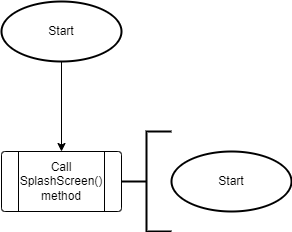
This is Final submission/ControlFlow.png from XLmT09/Bunny-Robot, a draw.io export, as it was before one commit. Source tidied: cells renumbered, new cells last; positions are measured from the earlier drawing's top-left corner, leaving out a move shared by most shapes.
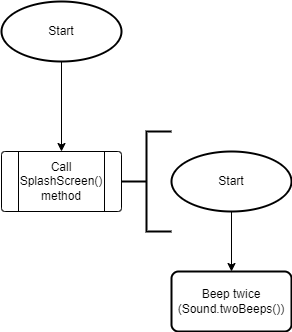
Later version of the same file.

What changed in the source:
```diff
@@ -32,5 +32,17 @@
     <mxCell id="11" value="Start" style="text;html=1;strokeColor=none;fillColor=none;align=center;verticalAlign=middle;whiteSpace=wrap;rounded=0;" parent="9" vertex="1">
       <mxGeometry x="30" y="15" width="60" height="30" as="geometry" />
     </mxCell>
+    <mxCell id="12" style="group;" parent="1" vertex="1">
+      <mxGeometry x="170" y="270" width="120" height="60" as="geometry" />
+    </mxCell>
+    <mxCell id="13" style="rounded=1;whiteSpace=wrap;html=1;absoluteArcSize=1;arcSize=14;strokeWidth=2;" parent="12" vertex="1">
+      <mxGeometry width="120" height="60" as="geometry" />
+    </mxCell>
+    <mxCell id="14" value="Beep twice (Sound.twoBeeps())" style="text;html=1;strokeColor=none;fillColor=none;align=center;verticalAlign=middle;whiteSpace=wrap;rounded=0;" parent="12" vertex="1">
+      <mxGeometry x="30" y="15" width="60" height="30" as="geometry" />
+    </mxCell>
+    <mxCell id="15" style="edgeStyle=orthogonalEdgeStyle;rounded=0;jettySize=auto;html=1;exitX=0.5;exitY=1;exitDx=0;exitDy=0;exitPerimeter=0;entryX=0.5;entryY=0;entryDx=0;entryDy=0;" parent="1" edge="1" source="10" target="13">
+      <mxGeometry relative="1" as="geometry" />
+    </mxCell>
   </root>
 </mxGraphModel>
```
